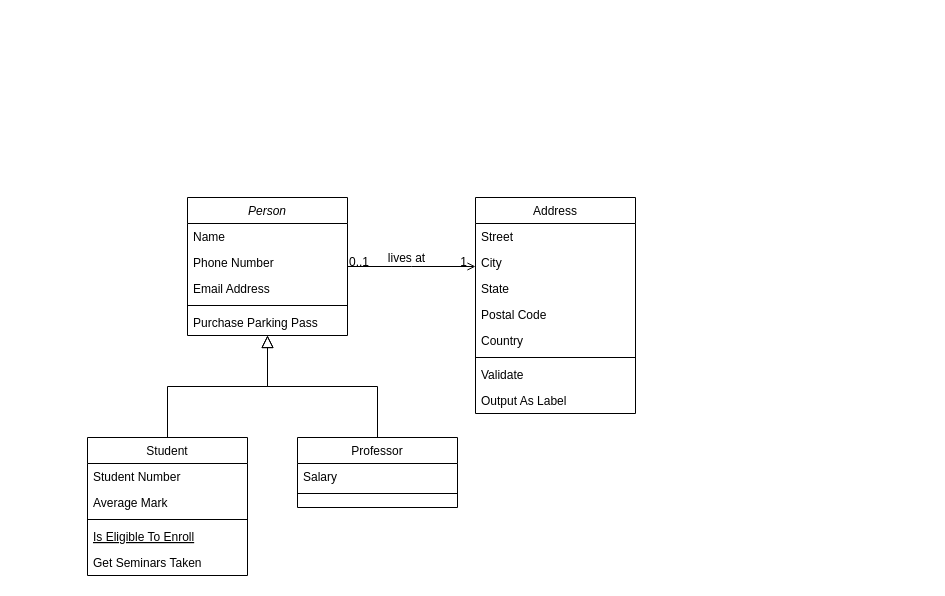
This is 作业1类图.drawio from Adamlixi/adamblog.github.io, a draw.io file, before an edit. Source tidied: cells renumbered, new cells numbered last; positions are measured from the earlier drawing's top-left corner, leaving out a move shared by most shapes. Both pictures are drawn from the tidied source at 100%, with x=0, y=0 at pixel (87, 197).
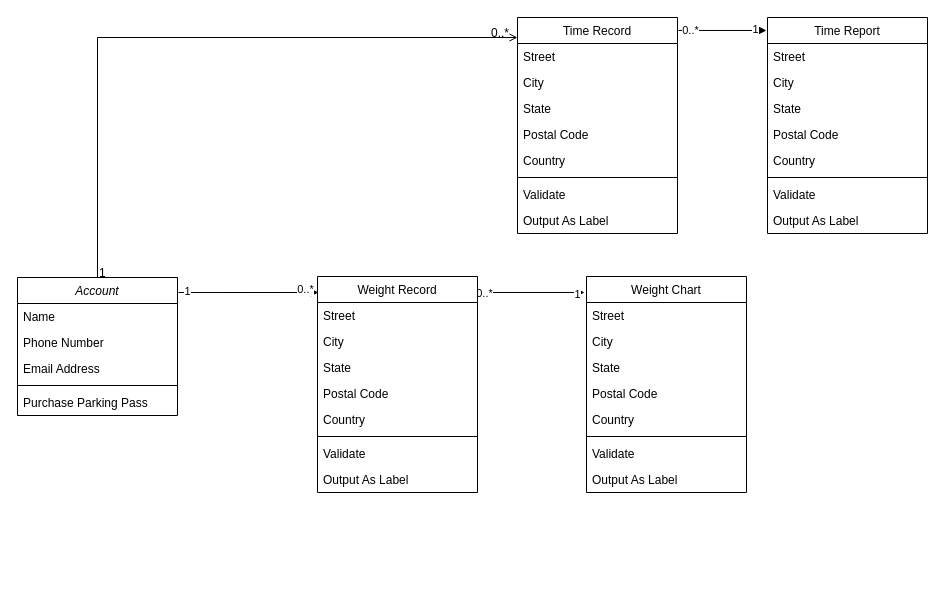
The same diagram, later.

Commit message:
更新作业1类图.drawio

Change to the diagram source:
```diff
@@
-    <mxCell id="2" value="Person" style="swimlane;fontStyle=2;align=center;verticalAlign=top;horizontal=1;startSize=26;rounded=0;shadow=0;strokeWidth=1;" parent="1" vertex="1">
-      <mxGeometry x="100" width="160" height="138" as="geometry" />
+    <mxCell id="2" value="Account" style="swimlane;fontStyle=2;align=center;verticalAlign=top;horizontal=1;startSize=26;rounded=0;shadow=0;strokeWidth=1;" parent="1" vertex="1">
+      <mxGeometry x="-70" y="80" width="160" height="138" as="geometry" />
     </mxCell>
@@
-    <mxCell id="8" value="Student" style="swimlane;fontStyle=0;align=center;verticalAlign=top;horizontal=1;startSize=26;rounded=0;shadow=0;strokeWidth=1;" parent="1" vertex="1">
-      <mxGeometry y="240" width="160" height="138" as="geometry" />
-    </mxCell>
-    <mxCell id="9" value="Student Number" style="text;align=left;verticalAlign=top;spacingLeft=4;spacingRight=4;overflow=hidden;" parent="8" vertex="1">
-      <mxGeometry y="26" width="160" height="26" as="geometry" />
-    </mxCell>
-    <mxCell id="10" value="Average Mark" style="text;align=left;verticalAlign=top;spacingLeft=4;spacingRight=4;overflow=hidden;rounded=0;shadow=0;html=0;" parent="8" vertex="1">
-      <mxGeometry y="52" width="160" height="26" as="geometry" />
-    </mxCell>
-    <mxCell id="11" style="line;html=1;strokeWidth=1;align=left;verticalAlign=middle;spacingTop=-1;spacingLeft=3;spacingRight=3;labelPosition=right;" parent="8" vertex="1">
-      <mxGeometry y="78" width="160" height="8" as="geometry" />
-    </mxCell>
-    <mxCell id="12" value="Is Eligible To Enroll" style="text;align=left;verticalAlign=top;spacingLeft=4;spacingRight=4;overflow=hidden;fontStyle=4;" parent="8" vertex="1">
-      <mxGeometry y="86" width="160" height="26" as="geometry" />
-    </mxCell>
-    <mxCell id="13" value="Get Seminars Taken" style="text;align=left;verticalAlign=top;spacingLeft=4;spacingRight=4;overflow=hidden;" parent="8" vertex="1">
-      <mxGeometry y="112" width="160" height="26" as="geometry" />
-    </mxCell>
-    <mxCell id="14" style="endArrow=block;endSize=10;endFill=0;shadow=0;strokeWidth=1;rounded=0;edgeStyle=elbowEdgeStyle;elbow=vertical;" parent="1" edge="1" source="8" target="2">
-      <mxGeometry relative="1" as="geometry" />
-    </mxCell>
-    <mxCell id="15" value="Professor" style="swimlane;fontStyle=0;align=center;verticalAlign=top;horizontal=1;startSize=26;rounded=0;shadow=0;strokeWidth=1;" parent="1" vertex="1">
-      <mxGeometry x="210" y="240" width="160" height="70" as="geometry" />
-    </mxCell>
-    <mxCell id="16" value="Salary" style="text;align=left;verticalAlign=top;spacingLeft=4;spacingRight=4;overflow=hidden;" parent="15" vertex="1">
-      <mxGeometry y="26" width="160" height="26" as="geometry" />
-    </mxCell>
-    <mxCell id="17" style="line;html=1;strokeWidth=1;align=left;verticalAlign=middle;spacingTop=-1;spacingLeft=3;spacingRight=3;labelPosition=right;" parent="15" vertex="1">
-      <mxGeometry y="52" width="160" height="8" as="geometry" />
-    </mxCell>
-    <mxCell id="18" style="endArrow=block;endSize=10;endFill=0;shadow=0;strokeWidth=1;rounded=0;edgeStyle=elbowEdgeStyle;elbow=vertical;" parent="1" edge="1" source="15" target="2">
-      <mxGeometry relative="1" as="geometry" />
-    </mxCell>
+    <mxCell id="32" style="edgeStyle=orthogonalEdgeStyle;rounded=0;jettySize=auto;html=1;exitX=1.006;exitY=0.06;exitDx=0;exitDy=0;exitPerimeter=0;entryX=-0.006;entryY=0.06;entryDx=0;entryDy=0;entryPerimeter=0;" parent="1" edge="1" source="19" target="50">
+      <mxGeometry relative="1" as="geometry" />
+    </mxCell>
+    <mxCell id="33" value="0..*" style="edgeLabel;html=1;align=center;verticalAlign=middle;" parent="32" vertex="1">
+      <mxGeometry x="-0.73" relative="1" as="geometry" />
+    </mxCell>
+    <mxCell id="34" value="1" style="edgeLabel;html=1;align=center;verticalAlign=middle;" parent="32" vertex="1">
+      <mxGeometry x="0.75" y="1" relative="1" as="geometry" />
+    </mxCell>
-    <mxCell id="19" value="Address" style="swimlane;fontStyle=0;align=center;verticalAlign=top;horizontal=1;startSize=26;rounded=0;shadow=0;strokeWidth=1;" parent="1" vertex="1">
-      <mxGeometry x="388" width="160" height="216" as="geometry" />
+    <mxCell id="19" value="Time Record" style="swimlane;fontStyle=0;align=center;verticalAlign=top;horizontal=1;startSize=26;rounded=0;shadow=0;strokeWidth=1;" parent="1" vertex="1">
+      <mxGeometry x="430" y="-180" width="160" height="216" as="geometry" />
     </mxCell>
@@
-    <mxCell id="28" style="endArrow=open;shadow=0;strokeWidth=1;rounded=0;endFill=1;edgeStyle=elbowEdgeStyle;elbow=vertical;" parent="1" edge="1" source="2" target="19">
+    <mxCell id="28" style="endArrow=open;shadow=0;strokeWidth=1;rounded=0;endFill=1;edgeStyle=elbowEdgeStyle;elbow=vertical;exitX=0.5;exitY=0;exitDx=0;exitDy=0;" parent="1" edge="1" source="2">
       <mxGeometry x="0.5" y="41" relative="1" as="geometry">
+        <mxPoint x="430" y="-160" as="targetPoint" />
+        <Array as="points">
+          <mxPoint x="370" y="-160" />
+          <mxPoint x="350" y="-95" />
+          <mxPoint x="280" y="95" />
+        </Array>
         <mxPoint x="-40" y="32" as="offset" />
       </mxGeometry>
     </mxCell>
-    <mxCell id="29" value="0..1" style="align=left;verticalAlign=bottom;labelBackgroundColor=none;fontSize=12;" parent="28" vertex="1">
+    <mxCell id="29" value="1" style="align=left;verticalAlign=bottom;labelBackgroundColor=none;fontSize=12;" parent="28" vertex="1">
       <mxGeometry x="-1" relative="1" as="geometry">
         <mxPoint y="4" as="offset" />
       </mxGeometry>
     </mxCell>
-    <mxCell id="30" value="1" style="align=right;verticalAlign=bottom;labelBackgroundColor=none;fontSize=12;" parent="28" vertex="1">
+    <mxCell id="30" value="0..*" style="align=right;verticalAlign=bottom;labelBackgroundColor=none;fontSize=12;" parent="28" vertex="1">
       <mxGeometry x="1" relative="1" as="geometry">
         <mxPoint x="-7" y="4" as="offset" />
       </mxGeometry>
     </mxCell>
-    <mxCell id="31" value="lives at" style="text;html=1;align=center;verticalAlign=middle;labelBackgroundColor=none;rounded=0;shadow=0;strokeWidth=1;fontSize=12;" parent="28" vertex="1">
-      <mxGeometry x="0.5" y="49" relative="1" as="geometry">
-        <mxPoint x="-38" y="40" as="offset" />
-      </mxGeometry>
-    </mxCell>
+    <mxCell id="35" style="edgeStyle=orthogonalEdgeStyle;rounded=0;jettySize=auto;html=1;exitX=1.006;exitY=0.074;exitDx=0;exitDy=0;exitPerimeter=0;entryX=-0.012;entryY=0.074;entryDx=0;entryDy=0;entryPerimeter=0;" parent="1" edge="1" source="38" target="59">
+      <mxGeometry relative="1" as="geometry" />
+    </mxCell>
+    <mxCell id="36" value="0..*" style="edgeLabel;html=1;align=center;verticalAlign=middle;" parent="35" vertex="1">
+      <mxGeometry x="-0.89" y="-1" relative="1" as="geometry" />
+    </mxCell>
+    <mxCell id="37" value="1" style="edgeLabel;html=1;align=center;verticalAlign=middle;" parent="35" vertex="1">
+      <mxGeometry x="0.87" y="-2" relative="1" as="geometry" />
+    </mxCell>
+    <mxCell id="38" value="Weight Record" style="swimlane;fontStyle=0;align=center;verticalAlign=top;horizontal=1;startSize=26;rounded=0;shadow=0;strokeWidth=1;" parent="1" vertex="1">
+      <mxGeometry x="230" y="79" width="160" height="216" as="geometry" />
+    </mxCell>
+    <mxCell id="39" value="Street" style="text;align=left;verticalAlign=top;spacingLeft=4;spacingRight=4;overflow=hidden;" parent="38" vertex="1">
+      <mxGeometry y="26" width="160" height="26" as="geometry" />
+    </mxCell>
+    <mxCell id="40" value="City" style="text;align=left;verticalAlign=top;spacingLeft=4;spacingRight=4;overflow=hidden;rounded=0;shadow=0;html=0;" parent="38" vertex="1">
+      <mxGeometry y="52" width="160" height="26" as="geometry" />
+    </mxCell>
+    <mxCell id="41" value="State" style="text;align=left;verticalAlign=top;spacingLeft=4;spacingRight=4;overflow=hidden;rounded=0;shadow=0;html=0;" parent="38" vertex="1">
+      <mxGeometry y="78" width="160" height="26" as="geometry" />
+    </mxCell>
+    <mxCell id="42" value="Postal Code" style="text;align=left;verticalAlign=top;spacingLeft=4;spacingRight=4;overflow=hidden;rounded=0;shadow=0;html=0;" parent="38" vertex="1">
+      <mxGeometry y="104" width="160" height="26" as="geometry" />
+    </mxCell>
+    <mxCell id="43" value="Country" style="text;align=left;verticalAlign=top;spacingLeft=4;spacingRight=4;overflow=hidden;rounded=0;shadow=0;html=0;" parent="38" vertex="1">
+      <mxGeometry y="130" width="160" height="26" as="geometry" />
+    </mxCell>
+    <mxCell id="44" style="line;html=1;strokeWidth=1;align=left;verticalAlign=middle;spacingTop=-1;spacingLeft=3;spacingRight=3;labelPosition=right;" parent="38" vertex="1">
+      <mxGeometry y="156" width="160" height="8" as="geometry" />
+    </mxCell>
+    <mxCell id="45" value="Validate" style="text;align=left;verticalAlign=top;spacingLeft=4;spacingRight=4;overflow=hidden;" parent="38" vertex="1">
+      <mxGeometry y="164" width="160" height="26" as="geometry" />
+    </mxCell>
+    <mxCell id="46" value="Output As Label" style="text;align=left;verticalAlign=top;spacingLeft=4;spacingRight=4;overflow=hidden;" parent="38" vertex="1">
+      <mxGeometry y="190" width="160" height="26" as="geometry" />
+    </mxCell>
+    <mxCell id="47" style="edgeStyle=orthogonalEdgeStyle;rounded=0;jettySize=auto;html=1;exitX=1.006;exitY=0.109;exitDx=0;exitDy=0;entryX=0.006;entryY=0.074;entryDx=0;entryDy=0;exitPerimeter=0;entryPerimeter=0;" parent="1" edge="1" source="2" target="38">
+      <mxGeometry relative="1" as="geometry" />
+    </mxCell>
+    <mxCell id="48" value="1" style="edgeLabel;html=1;align=center;verticalAlign=middle;" parent="47" vertex="1">
+      <mxGeometry x="-0.8" relative="1" as="geometry">
+        <mxPoint x="-5" y="-2" as="offset" />
+      </mxGeometry>
+    </mxCell>
+    <mxCell id="49" value="0..*" style="edgeLabel;html=1;align=center;verticalAlign=middle;" parent="47" vertex="1">
+      <mxGeometry x="0.81" y="3" relative="1" as="geometry" />
+    </mxCell>
+    <mxCell id="50" value="Time Report" style="swimlane;fontStyle=0;align=center;verticalAlign=top;horizontal=1;startSize=26;rounded=0;shadow=0;strokeWidth=1;" parent="1" vertex="1">
+      <mxGeometry x="680" y="-180" width="160" height="216" as="geometry" />
+    </mxCell>
+    <mxCell id="51" value="Street" style="text;align=left;verticalAlign=top;spacingLeft=4;spacingRight=4;overflow=hidden;" parent="50" vertex="1">
+      <mxGeometry y="26" width="160" height="26" as="geometry" />
+    </mxCell>
+    <mxCell id="52" value="City" style="text;align=left;verticalAlign=top;spacingLeft=4;spacingRight=4;overflow=hidden;rounded=0;shadow=0;html=0;" parent="50" vertex="1">
+      <mxGeometry y="52" width="160" height="26" as="geometry" />
+    </mxCell>
+    <mxCell id="53" value="State" style="text;align=left;verticalAlign=top;spacingLeft=4;spacingRight=4;overflow=hidden;rounded=0;shadow=0;html=0;" parent="50" vertex="1">
+      <mxGeometry y="78" width="160" height="26" as="geometry" />
+    </mxCell>
+    <mxCell id="54" value="Postal Code" style="text;align=left;verticalAlign=top;spacingLeft=4;spacingRight=4;overflow=hidden;rounded=0;shadow=0;html=0;" parent="50" vertex="1">
+      <mxGeometry y="104" width="160" height="26" as="geometry" />
+    </mxCell>
+    <mxCell id="55" value="Country" style="text;align=left;verticalAlign=top;spacingLeft=4;spacingRight=4;overflow=hidden;rounded=0;shadow=0;html=0;" parent="50" vertex="1">
+      <mxGeometry y="130" width="160" height="26" as="geometry" />
+    </mxCell>
+    <mxCell id="56" style="line;html=1;strokeWidth=1;align=left;verticalAlign=middle;spacingTop=-1;spacingLeft=3;spacingRight=3;labelPosition=right;" parent="50" vertex="1">
+      <mxGeometry y="156" width="160" height="8" as="geometry" />
+    </mxCell>
+    <mxCell id="57" value="Validate" style="text;align=left;verticalAlign=top;spacingLeft=4;spacingRight=4;overflow=hidden;" parent="50" vertex="1">
+      <mxGeometry y="164" width="160" height="26" as="geometry" />
+    </mxCell>
+    <mxCell id="58" value="Output As Label" style="text;align=left;verticalAlign=top;spacingLeft=4;spacingRight=4;overflow=hidden;" parent="50" vertex="1">
+      <mxGeometry y="190" width="160" height="26" as="geometry" />
+    </mxCell>
+    <mxCell id="59" value="Weight Chart" style="swimlane;fontStyle=0;align=center;verticalAlign=top;horizontal=1;startSize=26;rounded=0;shadow=0;strokeWidth=1;" parent="1" vertex="1">
+      <mxGeometry x="499" y="79" width="160" height="216" as="geometry" />
+    </mxCell>
+    <mxCell id="60" value="Street" style="text;align=left;verticalAlign=top;spacingLeft=4;spacingRight=4;overflow=hidden;" parent="59" vertex="1">
+      <mxGeometry y="26" width="160" height="26" as="geometry" />
+    </mxCell>
+    <mxCell id="61" value="City" style="text;align=left;verticalAlign=top;spacingLeft=4;spacingRight=4;overflow=hidden;rounded=0;shadow=0;html=0;" parent="59" vertex="1">
+      <mxGeometry y="52" width="160" height="26" as="geometry" />
+    </mxCell>
+    <mxCell id="62" value="State" style="text;align=left;verticalAlign=top;spacingLeft=4;spacingRight=4;overflow=hidden;rounded=0;shadow=0;html=0;" parent="59" vertex="1">
+      <mxGeometry y="78" width="160" height="26" as="geometry" />
+    </mxCell>
+    <mxCell id="63" value="Postal Code" style="text;align=left;verticalAlign=top;spacingLeft=4;spacingRight=4;overflow=hidden;rounded=0;shadow=0;html=0;" parent="59" vertex="1">
+      <mxGeometry y="104" width="160" height="26" as="geometry" />
+    </mxCell>
+    <mxCell id="64" value="Country" style="text;align=left;verticalAlign=top;spacingLeft=4;spacingRight=4;overflow=hidden;rounded=0;shadow=0;html=0;" parent="59" vertex="1">
+      <mxGeometry y="130" width="160" height="26" as="geometry" />
+    </mxCell>
+    <mxCell id="65" style="line;html=1;strokeWidth=1;align=left;verticalAlign=middle;spacingTop=-1;spacingLeft=3;spacingRight=3;labelPosition=right;" parent="59" vertex="1">
+      <mxGeometry y="156" width="160" height="8" as="geometry" />
+    </mxCell>
+    <mxCell id="66" value="Validate" style="text;align=left;verticalAlign=top;spacingLeft=4;spacingRight=4;overflow=hidden;" parent="59" vertex="1">
+      <mxGeometry y="164" width="160" height="26" as="geometry" />
+    </mxCell>
+    <mxCell id="67" value="Output As Label" style="text;align=left;verticalAlign=top;spacingLeft=4;spacingRight=4;overflow=hidden;" parent="59" vertex="1">
+      <mxGeometry y="190" width="160" height="26" as="geometry" />
+    </mxCell>
```
